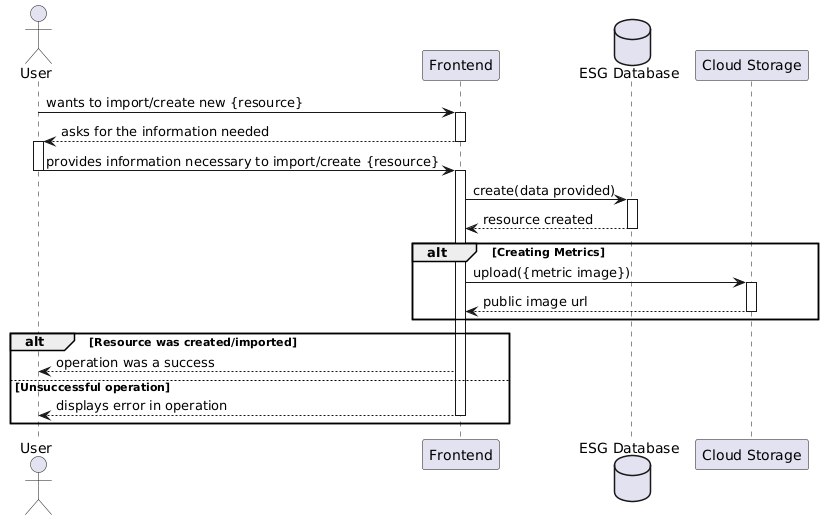
Above: frontmatter/assets/diagrams/Process Views/UC67-lvl2.png in matilde-varela/ISEP-PESTI-Report-2025 (PlantUML), before the change. Source of this version:
```plantuml
@startuml
actor User as USER
participant Frontend as FE
database "ESG Database" as DATA
participant  "Cloud Storage" as CLOUD


USER -> FE : wants to import/create new {resource}
activate FE


FE --> USER : asks for the information needed
deactivate FE
activate USER

USER -> FE : provides information necessary to import/create {resource}
deactivate USER
activate FE


FE -> DATA : create(data provided)
activate DATA

DATA --> FE : resource created
deactivate DATA

alt Creating Metrics
    FE -> CLOUD : upload({metric image})
    activate CLOUD

    CLOUD --> FE : public image url
    deactivate CLOUD
end alt


alt Resource was created/imported

    FE --> USER : operation was a success

    else Unsuccessful operation

    FE --> USER : displays error in operation
    deactivate FE

end alt
@enduml
```
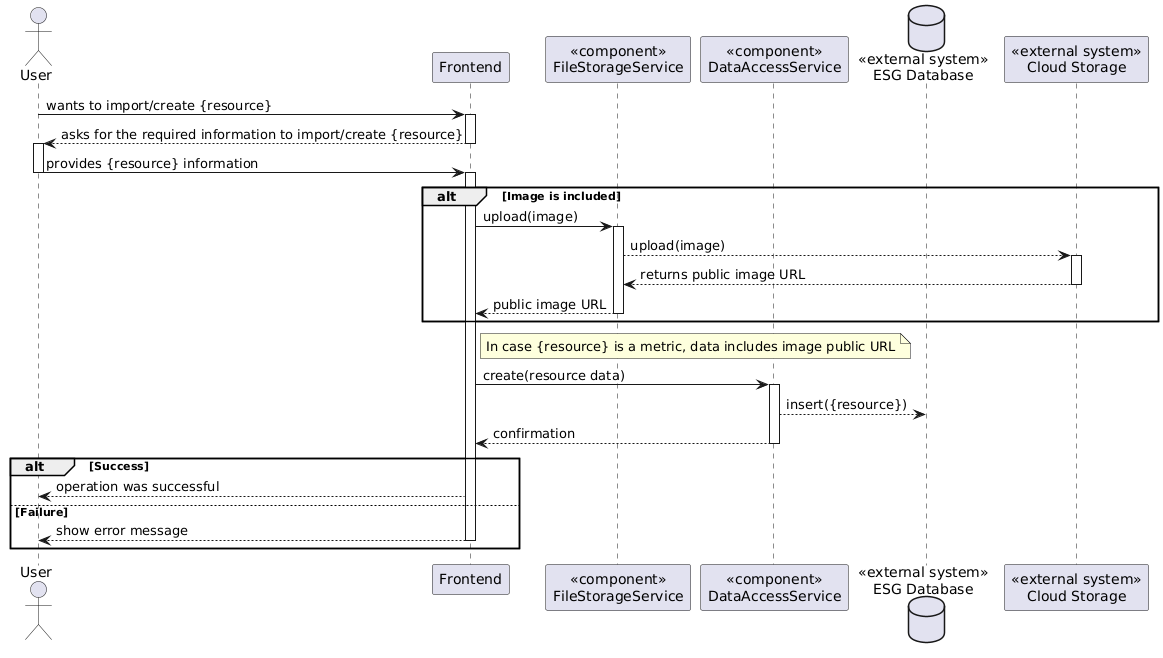
The same diagram one commit later.

Diff of the diagram source:
```diff
@@ -1,46 +1,55 @@
 @startuml
 actor User as USER
 participant Frontend as FE
-database "ESG Database" as DATA
-participant  "Cloud Storage" as CLOUD
+participant "<<component>>\nFileStorageService" as CLOUDSERV
+participant "<<component>>\nDataAccessService" as DATASERV
+database "<<external system>>\nESG Database" as DATA
+participant "<<external system>>\nCloud Storage" as CLOUD
 
-
-USER -> FE : wants to import/create new {resource}
+USER -> FE : wants to import/create {resource}
 activate FE
 
-
-FE --> USER : asks for the information needed
+FE --> USER : asks for the required information to import/create {resource}
 deactivate FE
 activate USER
 
-USER -> FE : provides information necessary to import/create {resource}
+USER -> FE : provides {resource} information
 deactivate USER
 activate FE
 
+alt Image is included
 
-FE -> DATA : create(data provided)
-activate DATA
+    FE -> CLOUDSERV : upload(image)
+    activate CLOUDSERV
 
-DATA --> FE : resource created
-deactivate DATA
+    CLOUDSERV --> CLOUD : upload(image)
+    activate CLOUD
+    CLOUD --> CLOUDSERV : returns public image URL
+    deactivate CLOUD
 
-alt Creating Metrics
-    FE -> CLOUD : upload({metric image})
-    activate CLOUD
+    CLOUDSERV --> FE : public image URL
+    deactivate CLOUDSERV
 
-    CLOUD --> FE : public image url
-    deactivate CLOUD
 end alt
 
+note right of FE
+In case {resource} is a metric, data includes image public URL
+end note
 
-alt Resource was created/imported
+FE -> DATASERV : create(resource data)
+activate DATASERV
 
-    FE --> USER : operation was a success
+DATASERV --> DATA : insert({resource})
 
-    else Unsuccessful operation
+DATASERV --> FE : confirmation
+deactivate DATASERV
 
-    FE --> USER : displays error in operation
-    deactivate FE
+alt Success
+    FE --> USER : operation was successful
+else Failure
+    FE --> USER : show error message
+deactivate FE
+end alt
 
-end alt
+deactivate FE
 @enduml
```
